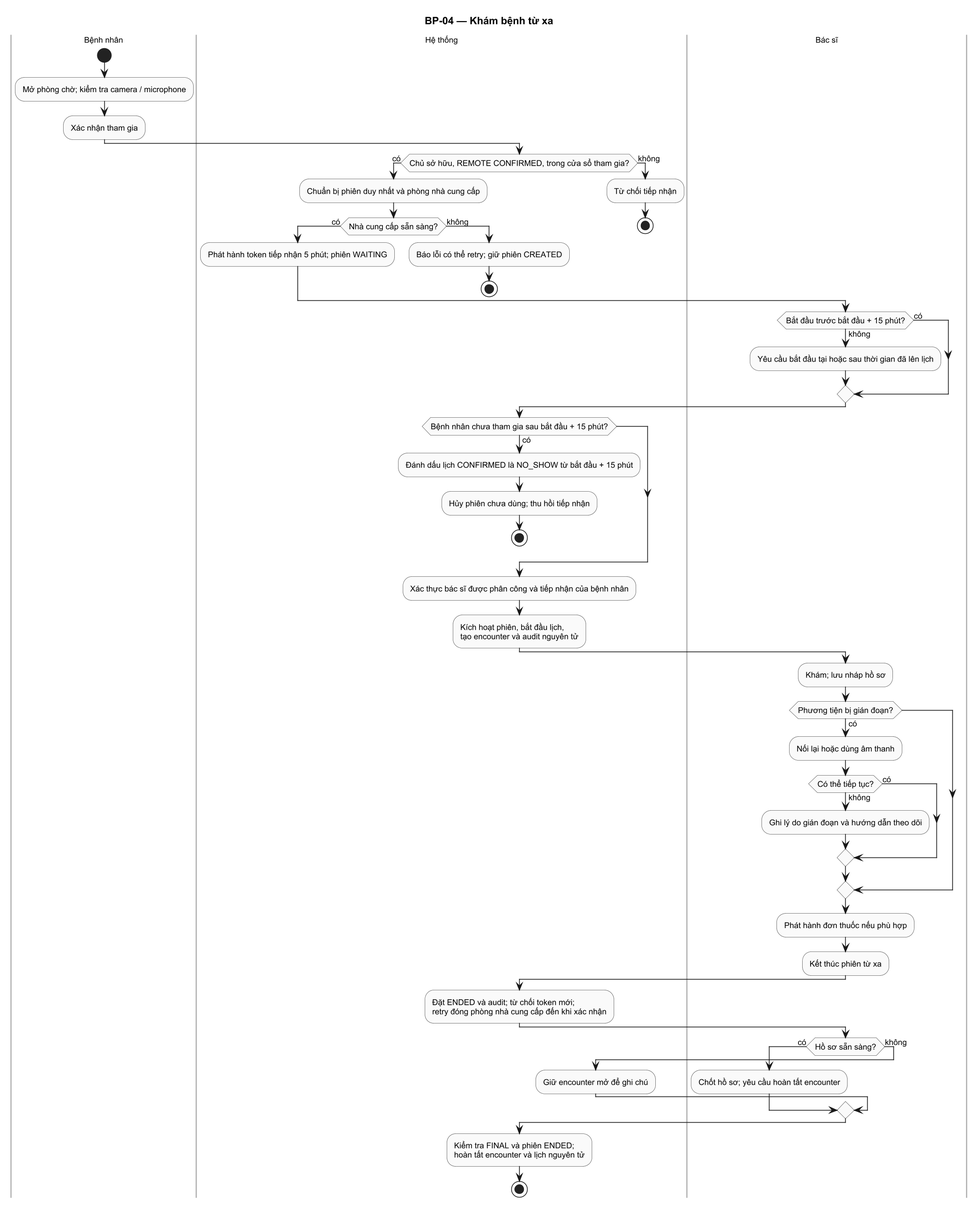
Earlier version of the PlantUML export docs/design/activity-diagrams/telehealth-consultation.png (Samie32/SE-project).
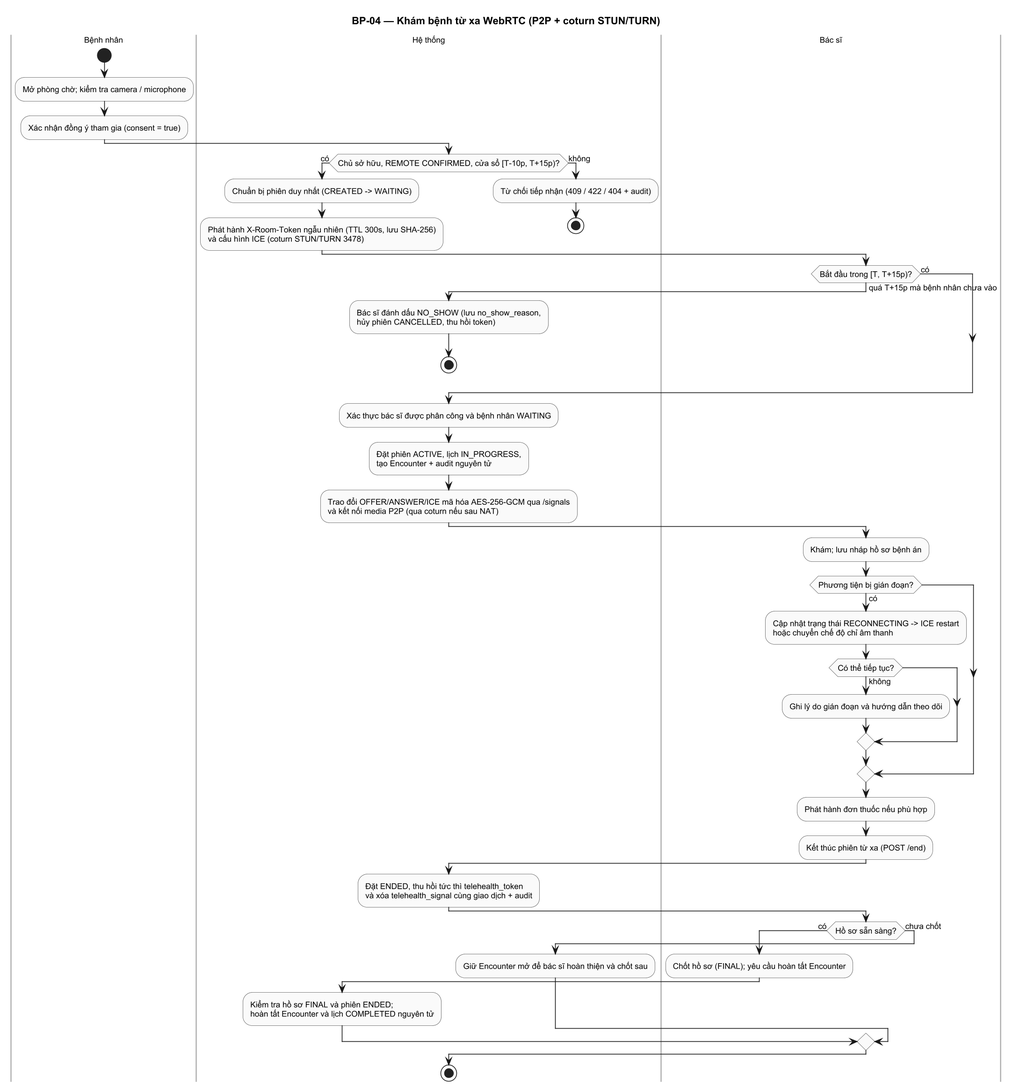
Above is the later version.

Diff of the diagram source:
```diff
@@ -8,67 +8,58 @@
 skinparam defaultFontName Arial
 skinparam defaultFontSize 11
 skinparam dpi 150
-title BP-04 — Khám bệnh từ xa
+title BP-04 — Khám bệnh từ xa WebRTC (P2P + coturn STUN/TURN)
 
 |Bệnh nhân|
 start
 :Mở phòng chờ; kiểm tra camera / microphone;
-:Xác nhận tham gia;
+:Xác nhận đồng ý tham gia (consent = true);
 
 |Hệ thống|
-if (Chủ sở hữu, REMOTE CONFIRMED, trong cửa sổ tham gia?) then (có)
-  :Chuẩn bị phiên duy nhất và phòng nhà cung cấp;
-  if (Nhà cung cấp sẵn sàng?) then (có)
-    :Phát hành token tiếp nhận 5 phút; phiên WAITING;
-  else (không)
-    :Báo lỗi có thể retry; giữ phiên CREATED;
-    stop
-  endif
+if (Chủ sở hữu, REMOTE CONFIRMED, cửa sổ [T-10p, T+15p)?) then (có)
+  :Chuẩn bị phiên duy nhất (CREATED -> WAITING);
+  :Phát hành X-Room-Token ngẫu nhiên (TTL 300s, lưu SHA-256)\nvà cấu hình ICE (coturn STUN/TURN 3478);
 else (không)
-  :Từ chối tiếp nhận;
+  :Từ chối tiếp nhận (409 / 422 / 404 + audit);
   stop
 endif
 
 |Bác sĩ|
-if (Bắt đầu trước bắt đầu + 15 phút?) then (có)
-else (không)
-  :Yêu cầu bắt đầu tại hoặc sau thời gian đã lên lịch;
+if (Bắt đầu trong [T, T+15p)?) then (có)
+else (quá T+15p mà bệnh nhân chưa vào)
+  |Hệ thống|
+  :Bác sĩ đánh dấu NO_SHOW (lưu no_show_reason,\nhủy phiên CANCELLED, thu hồi token);
+  stop
 endif
 
 |Hệ thống|
-if (Bệnh nhân chưa tham gia sau bắt đầu + 15 phút?) then (có)
-  :Đánh dấu lịch CONFIRMED là NO_SHOW từ bắt đầu + 15 phút;
-  :Hủy phiên chưa dùng; thu hồi tiếp nhận;
-  stop
-endif
-:Xác thực bác sĩ được phân công và tiếp nhận của bệnh nhân;
-:Kích hoạt phiên, bắt đầu lịch,\ntạo encounter và audit nguyên tử;
+:Xác thực bác sĩ được phân công và bệnh nhân WAITING;
+:Đặt phiên ACTIVE, lịch IN_PROGRESS,\ntạo Encounter + audit nguyên tử;
+:Trao đổi OFFER/ANSWER/ICE mã hóa AES-256-GCM qua /signals\nvà kết nối media P2P (qua coturn nếu sau NAT);
 
 |Bác sĩ|
-:Khám; lưu nháp hồ sơ;
+:Khám; lưu nháp hồ sơ bệnh án;
 if (Phương tiện bị gián đoạn?) then (có)
-  :Nối lại hoặc dùng âm thanh;
-  if (Có thể tiếp tục?) then (có)
-  else (không)
+  :Cập nhật trạng thái RECONNECTING -> ICE restart\nhoặc chuyển chế độ chỉ âm thanh;
+  if (Có thể tiếp tục?) then (không)
     :Ghi lý do gián đoạn và hướng dẫn theo dõi;
   endif
 endif
 :Phát hành đơn thuốc nếu phù hợp;
-:Kết thúc phiên từ xa;
+:Kết thúc phiên từ xa (POST /end);
 
 |Hệ thống|
-:Đặt ENDED và audit; từ chối token mới;\nretry đóng phòng nhà cung cấp đến khi xác nhận;
+:Đặt ENDED, thu hồi tức thì telehealth_token\nvà xóa telehealth_signal cùng giao dịch + audit;
 
 |Bác sĩ|
 if (Hồ sơ sẵn sàng?) then (có)
-  :Chốt hồ sơ; yêu cầu hoàn tất encounter;
-else (không)
+  :Chốt hồ sơ (FINAL); yêu cầu hoàn tất Encounter;
   |Hệ thống|
-  :Giữ encounter mở để ghi chú;
+  :Kiểm tra hồ sơ FINAL và phiên ENDED;\nhoàn tất Encounter và lịch COMPLETED nguyên tử;
+else (chưa chốt)
+  |Hệ thống|
+  :Giữ Encounter mở để bác sĩ hoàn thiện và chốt sau;
 endif
-
-|Hệ thống|
-:Kiểm tra FINAL và phiên ENDED;\nhoàn tất encounter và lịch nguyên tử;
 
 stop
 @enduml
```
